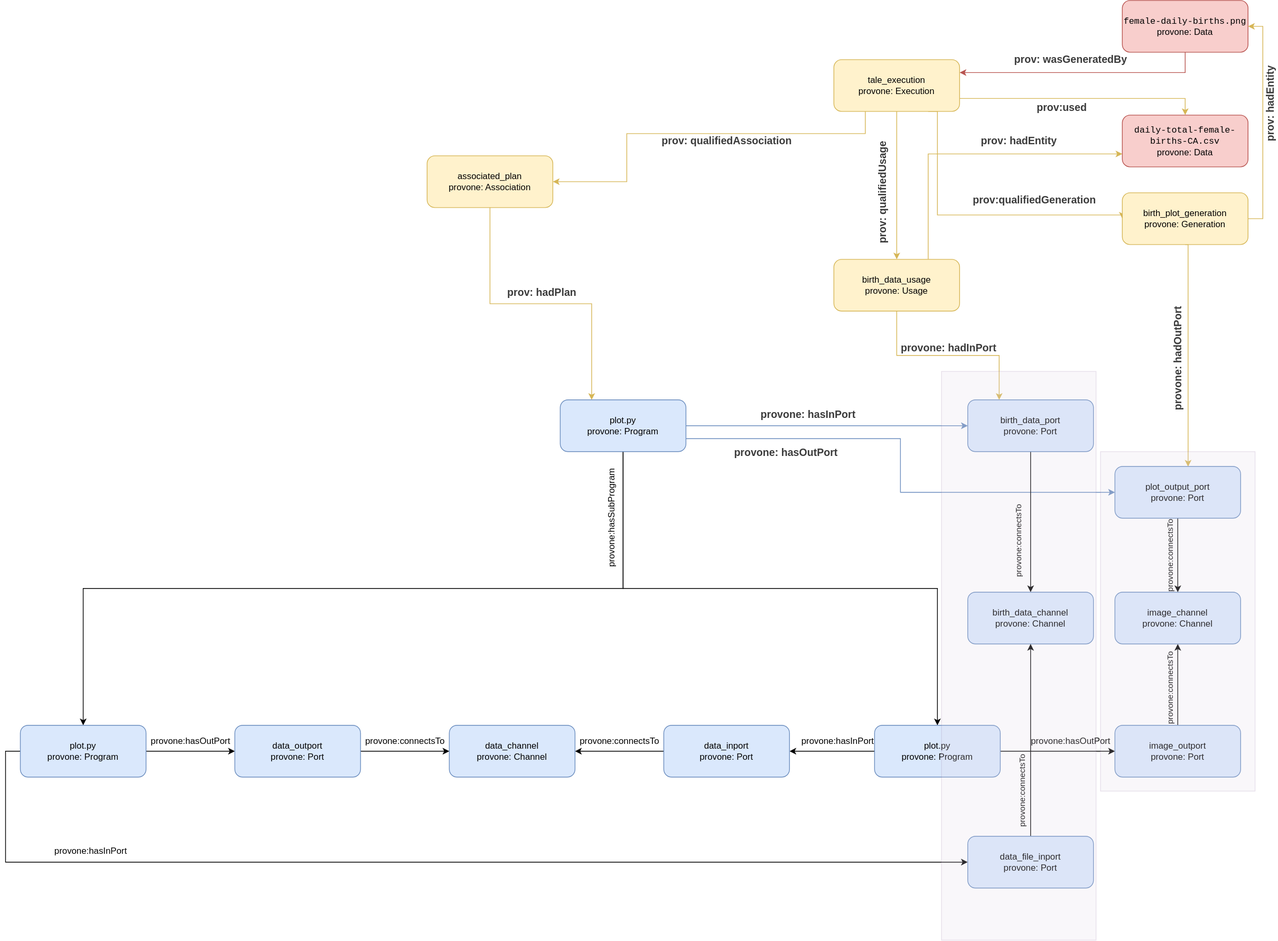
This is images/entity-channel.svg from ThomasThelen/sdtl-provone, a draw.io export, as it was before one commit. Source tidied: cells renumbered, new cells last; positions are measured from the earlier drawing's top-left corner, leaving out a move shared by most shapes.
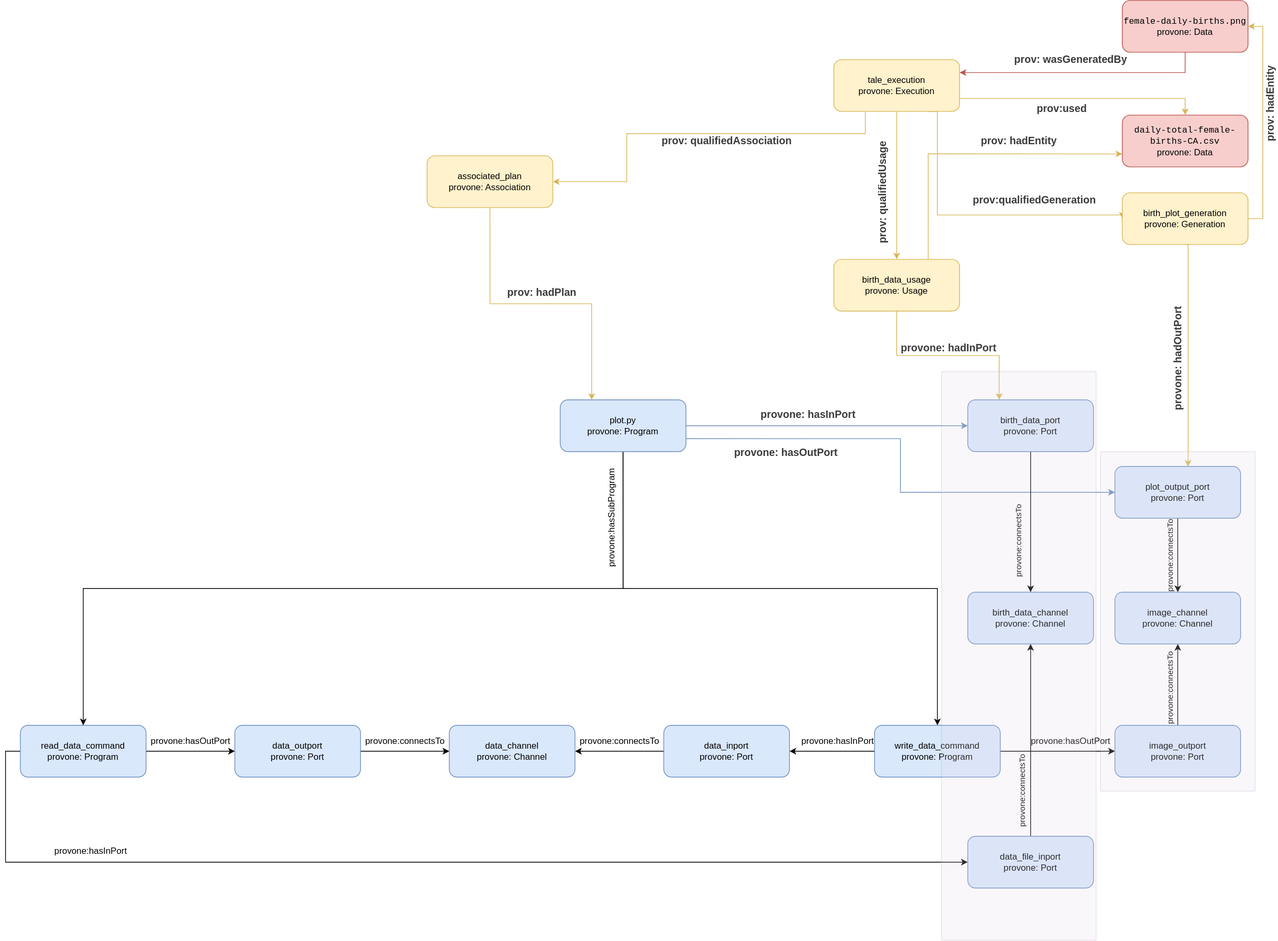
The same file after the commit.

Diff of the diagram source:
```diff
@@ -56,7 +56,7 @@
     <mxCell id="15" style="edgeStyle=orthogonalEdgeStyle;rounded=0;jettySize=auto;html=1;" parent="1" edge="1" source="16" target="18">
       <mxGeometry relative="1" as="geometry" />
     </mxCell>
-    <mxCell id="16" value="&lt;div&gt;&lt;span&gt;plot.py&lt;/span&gt;&lt;/div&gt;&lt;div&gt;&lt;span&gt;provone: Program&lt;/span&gt;&lt;br&gt;&lt;/div&gt;" style="rounded=1;whiteSpace=wrap;html=1;fontSize=12;glass=0;strokeWidth=1;shadow=0;fillColor=#dae8fc;strokeColor=#6c8ebf;" parent="1" vertex="1">
+    <mxCell id="16" value="&lt;div&gt;&lt;span&gt;write_data_command&lt;/span&gt;&lt;/div&gt;&lt;div&gt;&lt;span&gt;provone: Program&lt;/span&gt;&lt;br&gt;&lt;/div&gt;" style="rounded=1;whiteSpace=wrap;html=1;fontSize=12;glass=0;strokeWidth=1;shadow=0;fillColor=#dae8fc;strokeColor=#6c8ebf;" parent="1" vertex="1">
       <mxGeometry x="1155" y="980" width="170" height="70" as="geometry" />
     </mxCell>
     <mxCell id="17" style="edgeStyle=orthogonalEdgeStyle;rounded=0;jettySize=auto;html=1;exitX=0;exitY=0.5;exitDx=0;exitDy=0;entryX=1;entryY=0.5;entryDx=0;entryDy=0;" parent="1" edge="1" source="18" target="51">
@@ -164,7 +164,7 @@
     <mxCell id="49" style="edgeStyle=orthogonalEdgeStyle;rounded=0;jettySize=auto;html=1;exitX=0;exitY=0.5;exitDx=0;exitDy=0;entryX=0;entryY=0.5;entryDx=0;entryDy=0;" parent="1" edge="1" source="50" target="55">
       <mxGeometry relative="1" as="geometry" />
     </mxCell>
-    <mxCell id="50" value="&lt;div&gt;&lt;span&gt;plot.py&lt;/span&gt;&lt;/div&gt;&lt;div&gt;&lt;span&gt;provone: Program&lt;/span&gt;&lt;br&gt;&lt;/div&gt;" style="rounded=1;whiteSpace=wrap;html=1;fontSize=12;glass=0;strokeWidth=1;shadow=0;fillColor=#dae8fc;strokeColor=#6c8ebf;" parent="1" vertex="1">
+    <mxCell id="50" value="&lt;div&gt;&lt;span&gt;read_data_command&lt;/span&gt;&lt;/div&gt;&lt;div&gt;&lt;span&gt;provone: Program&lt;/span&gt;&lt;br&gt;&lt;/div&gt;" style="rounded=1;whiteSpace=wrap;html=1;fontSize=12;glass=0;strokeWidth=1;shadow=0;fillColor=#dae8fc;strokeColor=#6c8ebf;" parent="1" vertex="1">
       <mxGeometry y="980" width="170" height="70" as="geometry" />
     </mxCell>
     <mxCell id="51" value="&lt;div&gt;&lt;span&gt;data_channel&lt;/span&gt;&lt;/div&gt;&lt;div&gt;&lt;span&gt;provone: Channel&lt;/span&gt;&lt;br&gt;&lt;/div&gt;" style="rounded=1;whiteSpace=wrap;html=1;fontSize=12;glass=0;strokeWidth=1;shadow=0;fillColor=#dae8fc;strokeColor=#6c8ebf;" parent="1" vertex="1">
```
